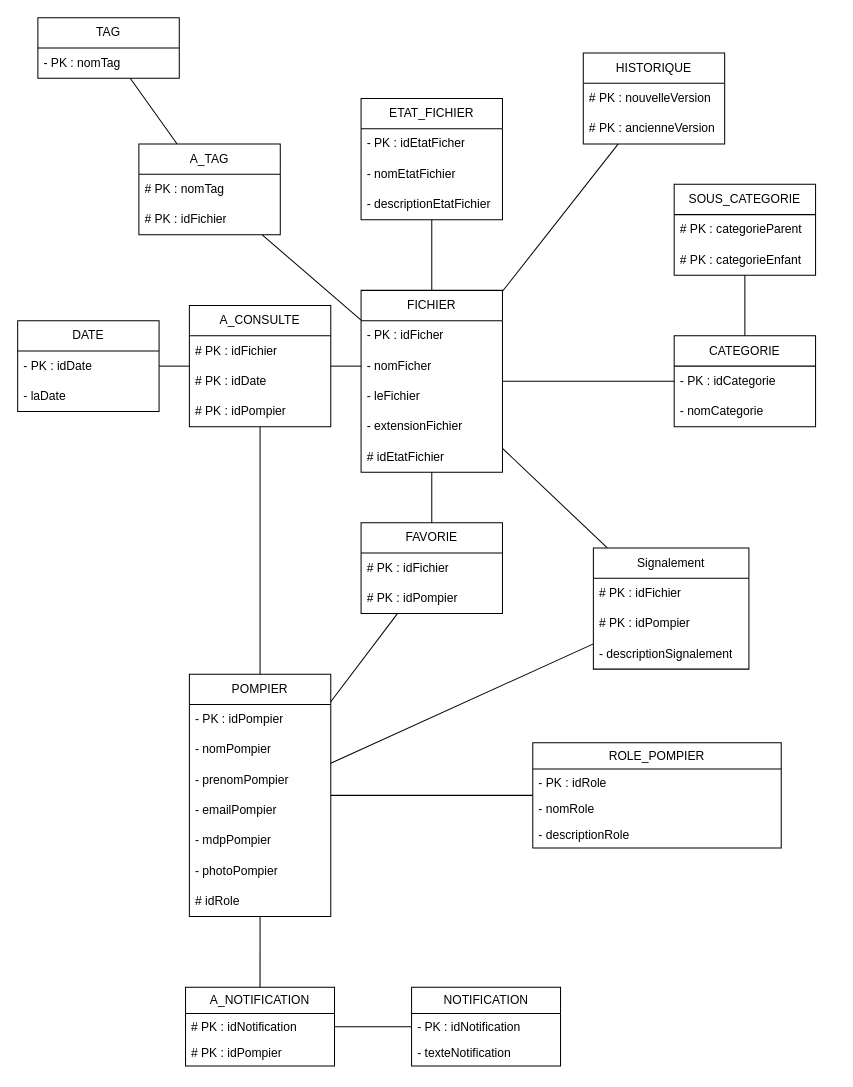
Before: page "MLD" (3 of 15) of docs/UML.drawio in Nathan-Etave/Hades, a draw.io diagram. Source tidied: cells renumbered, new cells numbered last; positions are measured from the earlier drawing's top-left corner, leaving out a move shared by most shapes. Both pictures are drawn from the tidied source at 101%, with x=0, y=0 at pixel (17, 17).
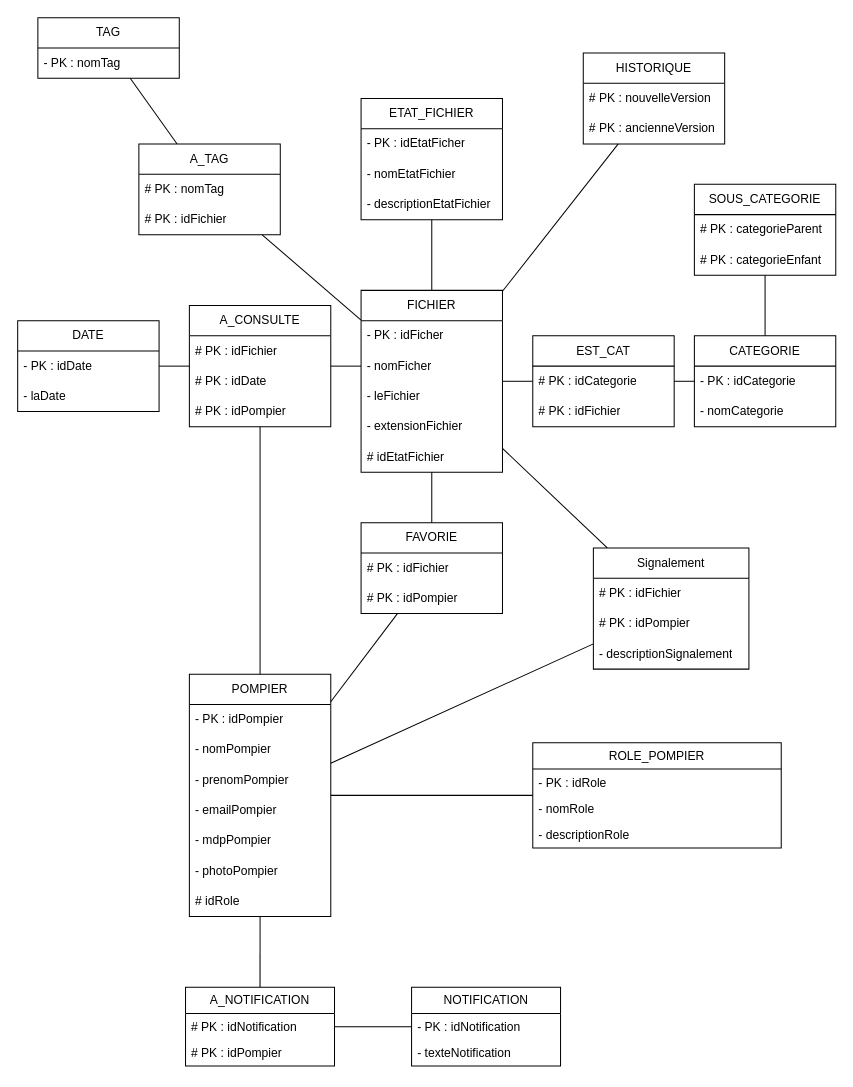
The same diagram, later.

Unchanged cells that the change refers to:
```xml
<mxCell id="20" value="FICHIER" style="swimlane;fontStyle=0;horizontal=1;startSize=30;whiteSpace=wrap;html=1;" parent="1" vertex="1">
  <mxGeometry x="340" y="270" width="140" height="180" as="geometry" />
</mxCell>
```

The edit, as a diff of the source:
```diff
@@
     <mxCell id="14" value="CATEGORIE" style="swimlane;fontStyle=0;horizontal=1;startSize=30;whiteSpace=wrap;html=1;" parent="1" vertex="1">
-      <mxGeometry x="650" y="315" width="140" height="90" as="geometry" />
+      <mxGeometry x="670" y="315" width="140" height="90" as="geometry" />
     </mxCell>
@@
     <mxCell id="17" value="SOUS_CATEGORIE" style="swimlane;fontStyle=0;horizontal=1;startSize=30;whiteSpace=wrap;html=1;" parent="1" vertex="1">
-      <mxGeometry x="650" y="165" width="140" height="90" as="geometry" />
+      <mxGeometry x="670" y="165" width="140" height="90" as="geometry" />
     </mxCell>
@@
-    <mxCell id="31" style="endArrow=none;html=1;rounded=0;" parent="1" edge="1" source="20" target="14">
-      <mxGeometry relative="1" as="geometry" />
-    </mxCell>
@@
+    <mxCell id="74" value="EST_CAT" style="swimlane;fontStyle=0;horizontal=1;startSize=30;whiteSpace=wrap;html=1;" parent="1" vertex="1">
+      <mxGeometry x="510" y="315" width="140" height="90" as="geometry" />
+    </mxCell>
+    <mxCell id="75" value="# PK : idCategorie" style="text;strokeColor=none;fillColor=none;align=left;verticalAlign=middle;spacingLeft=4;spacingRight=4;overflow=hidden;whiteSpace=wrap;html=1;" parent="74" vertex="1">
+      <mxGeometry y="30" width="140" height="30" as="geometry" />
+    </mxCell>
+    <mxCell id="76" value="# PK : idFichier" style="text;strokeColor=none;fillColor=none;align=left;verticalAlign=middle;spacingLeft=4;spacingRight=4;overflow=hidden;whiteSpace=wrap;html=1;" parent="74" vertex="1">
+      <mxGeometry y="60" width="140" height="30" as="geometry" />
+    </mxCell>
+    <mxCell id="77" style="endArrow=none;html=1;rounded=0;" parent="1" edge="1" source="20" target="74">
+      <mxGeometry relative="1" as="geometry" />
+    </mxCell>
+    <mxCell id="78" style="endArrow=none;html=1;rounded=0;" parent="1" edge="1" source="74" target="14">
+      <mxGeometry relative="1" as="geometry" />
+    </mxCell>
```
